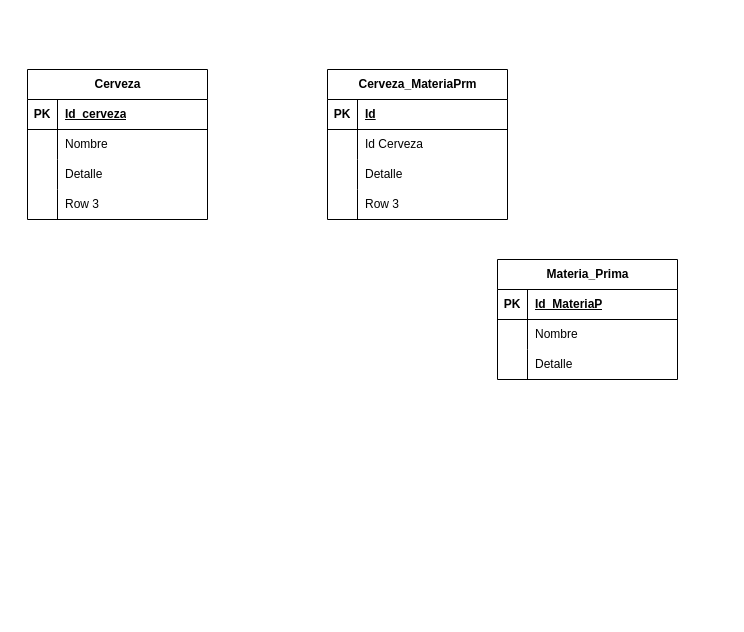
danclon03/Entregables_Cedinsi keeps this draw.io diagram as Diagrama sin título.drawio. Above is the earlier version. Source tidied: cells renumbered, new cells numbered last; positions are measured from the earlier drawing's top-left corner, leaving out a move shared by most shapes. Both pictures are drawn from the tidied source at 100%, with x=0, y=0 at pixel (27, 69).
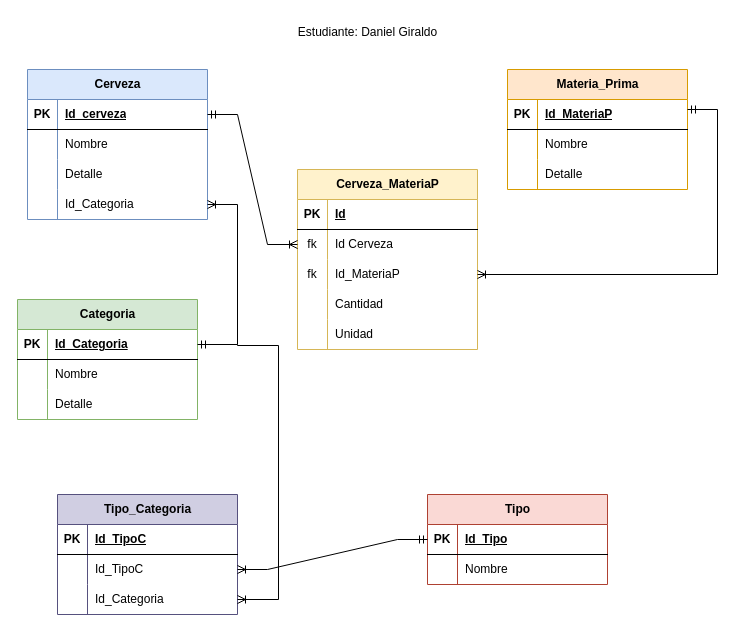
The same diagram, later.

Unchanged cells that the change refers to:
```xml
<mxCell id="3" style="shape=tableRow;horizontal=0;startSize=0;swimlaneHead=0;swimlaneBody=0;fillColor=none;points=[[0,0.5],[1,0.5]];portConstraint=eastwest;top=0;left=0;right=0;bottom=1;" parent="2" vertex="1">
  <mxGeometry y="30" width="180" height="30" as="geometry" />
</mxCell>
<mxCell id="12" style="shape=tableRow;horizontal=0;startSize=0;swimlaneHead=0;swimlaneBody=0;fillColor=none;points=[[0,0.5],[1,0.5]];portConstraint=eastwest;top=0;left=0;right=0;bottom=0;" parent="2" vertex="1">
  <mxGeometry y="120" width="180" height="30" as="geometry" />
</mxCell>
<mxCell id="29" style="shape=tableRow;horizontal=0;startSize=0;swimlaneHead=0;swimlaneBody=0;fillColor=none;points=[[0,0.5],[1,0.5]];portConstraint=eastwest;top=0;left=0;right=0;bottom=0;" parent="25" vertex="1">
  <mxGeometry y="60" width="180" height="30" as="geometry" />
</mxCell>
<mxCell id="32" style="shape=tableRow;horizontal=0;startSize=0;swimlaneHead=0;swimlaneBody=0;fillColor=none;points=[[0,0.5],[1,0.5]];portConstraint=eastwest;top=0;left=0;right=0;bottom=0;" parent="25" vertex="1">
  <mxGeometry y="90" width="180" height="30" as="geometry" />
</mxCell>
<mxCell id="35" style="shape=tableRow;horizontal=0;startSize=0;swimlaneHead=0;swimlaneBody=0;fillColor=none;top=0;left=0;right=0;bottom=0;" parent="25" vertex="1">
  <mxGeometry y="120" width="180" height="30" as="geometry" />
</mxCell>
```

What changed in the source:
```diff
@@
-    <mxCell id="2" value="Cerveza" style="shape=table;startSize=30;childLayout=tableLayout;rowLines=0;fontStyle=1;align=center;html=1;" parent="1" vertex="1">
+    <mxCell id="2" value="Cerveza" style="shape=table;startSize=30;childLayout=tableLayout;rowLines=0;fontStyle=1;align=center;html=1;fillColor=#dae8fc;strokeColor=#6c8ebf;" parent="1" vertex="1">
       <mxGeometry width="180" height="150" as="geometry" />
     </mxCell>
@@
-    <mxCell id="14" value="Row 3" style="shape=partialRectangle;fillColor=none;top=0;left=0;bottom=0;right=0;align=left;spacingLeft=6;overflow=hidden;whiteSpace=wrap;html=1;" parent="12" vertex="1">
+    <mxCell id="14" value="Id_Categoria" style="shape=partialRectangle;fillColor=none;top=0;left=0;bottom=0;right=0;align=left;spacingLeft=6;overflow=hidden;whiteSpace=wrap;html=1;" parent="12" vertex="1">
       <mxGeometry x="30" width="150" height="30" as="geometry" />
     </mxCell>
-    <mxCell id="15" value="Materia_Prima" style="shape=table;startSize=30;childLayout=tableLayout;rowLines=0;fontStyle=1;align=center;html=1;" parent="1" vertex="1">
-      <mxGeometry x="470" y="190" width="180" height="120" as="geometry" />
+    <mxCell id="15" value="Materia_Prima" style="shape=table;startSize=30;childLayout=tableLayout;rowLines=0;fontStyle=1;align=center;html=1;fillColor=#ffe6cc;strokeColor=#d79b00;" parent="1" vertex="1">
+      <mxGeometry x="480" width="180" height="120" as="geometry" />
     </mxCell>
@@
-    <mxCell id="25" value="Cerveza_MateriaPrm" style="shape=table;startSize=30;childLayout=tableLayout;rowLines=0;fontStyle=1;align=center;html=1;" parent="1" vertex="1">
-      <mxGeometry x="300" width="180" height="150" as="geometry" />
+    <mxCell id="25" value="Cerveza_MateriaP" style="shape=table;startSize=30;childLayout=tableLayout;rowLines=0;fontStyle=1;align=center;html=1;fillColor=#fff2cc;strokeColor=#d6b656;" parent="1" vertex="1">
+      <mxGeometry x="270" y="100" width="180" height="180" as="geometry" />
     </mxCell>
@@
-    <mxCell id="30" style="shape=partialRectangle;fillColor=none;top=0;left=0;bottom=0;right=0;overflow=hidden;whiteSpace=wrap;html=1;" parent="29" vertex="1">
+    <mxCell id="30" value="fk" style="shape=partialRectangle;fillColor=none;top=0;left=0;bottom=0;right=0;overflow=hidden;whiteSpace=wrap;html=1;" parent="29" vertex="1">
       <mxGeometry width="30" height="30" as="geometry" />
     </mxCell>
@@
-    <mxCell id="33" style="shape=partialRectangle;fillColor=none;top=0;left=0;bottom=0;right=0;overflow=hidden;whiteSpace=wrap;html=1;" parent="32" vertex="1">
+    <mxCell id="33" value="fk" style="shape=partialRectangle;fillColor=none;top=0;left=0;bottom=0;right=0;overflow=hidden;whiteSpace=wrap;html=1;" parent="32" vertex="1">
       <mxGeometry width="30" height="30" as="geometry" />
     </mxCell>
-    <mxCell id="34" value="Detalle" style="shape=partialRectangle;fillColor=none;top=0;left=0;bottom=0;right=0;align=left;spacingLeft=6;overflow=hidden;whiteSpace=wrap;html=1;" parent="32" vertex="1">
+    <mxCell id="34" value="Id_MateriaP" style="shape=partialRectangle;fillColor=none;top=0;left=0;bottom=0;right=0;align=left;spacingLeft=6;overflow=hidden;whiteSpace=wrap;html=1;" parent="32" vertex="1">
       <mxGeometry x="30" width="150" height="30" as="geometry" />
     </mxCell>
@@
-    <mxCell id="37" value="Row 3" style="shape=partialRectangle;fillColor=none;top=0;left=0;bottom=0;right=0;align=left;spacingLeft=6;overflow=hidden;whiteSpace=wrap;html=1;" parent="35" vertex="1">
+    <mxCell id="37" value="Cantidad" style="shape=partialRectangle;fillColor=none;top=0;left=0;bottom=0;right=0;align=left;spacingLeft=6;overflow=hidden;whiteSpace=wrap;html=1;" parent="35" vertex="1">
       <mxGeometry x="30" width="150" height="30" as="geometry" />
     </mxCell>
+    <mxCell id="38" style="shape=tableRow;horizontal=0;startSize=0;swimlaneHead=0;swimlaneBody=0;fillColor=none;top=0;left=0;right=0;bottom=0;" parent="25" vertex="1">
+      <mxGeometry y="150" width="180" height="30" as="geometry" />
+    </mxCell>
+    <mxCell id="39" style="shape=partialRectangle;fillColor=none;top=0;left=0;bottom=0;right=0;overflow=hidden;whiteSpace=wrap;html=1;" parent="38" vertex="1">
+      <mxGeometry width="30" height="30" as="geometry" />
+    </mxCell>
+    <mxCell id="40" value="Unidad" style="shape=partialRectangle;fillColor=none;top=0;left=0;bottom=0;right=0;align=left;spacingLeft=6;overflow=hidden;whiteSpace=wrap;html=1;" parent="38" vertex="1">
+      <mxGeometry x="30" width="150" height="30" as="geometry" />
+    </mxCell>
+    <mxCell id="41" style="edgeStyle=entityRelationEdgeStyle;fontSize=12;html=1;endArrow=ERoneToMany;startArrow=ERmandOne;rounded=0;exitX=1;exitY=0.5;exitDx=0;exitDy=0;entryX=0;entryY=0.5;entryDx=0;entryDy=0;" parent="1" edge="1" source="3" target="29">
+      <mxGeometry relative="1" as="geometry" />
+    </mxCell>
+    <mxCell id="42" style="edgeStyle=entityRelationEdgeStyle;fontSize=12;html=1;endArrow=ERoneToMany;startArrow=ERmandOne;rounded=0;exitX=1;exitY=0.5;exitDx=0;exitDy=0;entryX=1;entryY=0.5;entryDx=0;entryDy=0;" parent="1" edge="1" target="32">
+      <mxGeometry relative="1" as="geometry">
+        <mxPoint x="660" y="40" as="sourcePoint" />
+      </mxGeometry>
+    </mxCell>
+    <mxCell id="43" value="Categoria" style="shape=table;startSize=30;childLayout=tableLayout;rowLines=0;fontStyle=1;align=center;html=1;fillColor=#d5e8d4;strokeColor=#82b366;" parent="1" vertex="1">
+      <mxGeometry x="-10" y="230" width="180" height="120" as="geometry" />
+    </mxCell>
+    <mxCell id="44" style="shape=tableRow;horizontal=0;startSize=0;swimlaneHead=0;swimlaneBody=0;fillColor=none;points=[[0,0.5],[1,0.5]];portConstraint=eastwest;top=0;left=0;right=0;bottom=1;" parent="43" vertex="1">
+      <mxGeometry y="30" width="180" height="30" as="geometry" />
+    </mxCell>
+    <mxCell id="45" value="PK" style="shape=partialRectangle;fillColor=none;top=0;left=0;bottom=0;right=0;fontStyle=1;overflow=hidden;whiteSpace=wrap;html=1;" parent="44" vertex="1">
+      <mxGeometry width="30" height="30" as="geometry" />
+    </mxCell>
+    <mxCell id="46" value="Id_Categoria" style="shape=partialRectangle;fillColor=none;top=0;left=0;bottom=0;right=0;align=left;spacingLeft=6;fontStyle=5;overflow=hidden;whiteSpace=wrap;html=1;" parent="44" vertex="1">
+      <mxGeometry x="30" width="150" height="30" as="geometry" />
+    </mxCell>
+    <mxCell id="47" style="shape=tableRow;horizontal=0;startSize=0;swimlaneHead=0;swimlaneBody=0;fillColor=none;top=0;left=0;right=0;bottom=0;" parent="43" vertex="1">
+      <mxGeometry y="60" width="180" height="30" as="geometry" />
+    </mxCell>
+    <mxCell id="48" style="shape=partialRectangle;fillColor=none;top=0;left=0;bottom=0;right=0;overflow=hidden;whiteSpace=wrap;html=1;" parent="47" vertex="1">
+      <mxGeometry width="30" height="30" as="geometry" />
+    </mxCell>
+    <mxCell id="49" value="Nombre" style="shape=partialRectangle;fillColor=none;top=0;left=0;bottom=0;right=0;align=left;spacingLeft=6;overflow=hidden;whiteSpace=wrap;html=1;" parent="47" vertex="1">
+      <mxGeometry x="30" width="150" height="30" as="geometry" />
+    </mxCell>
+    <mxCell id="50" style="shape=tableRow;horizontal=0;startSize=0;swimlaneHead=0;swimlaneBody=0;fillColor=none;top=0;left=0;right=0;bottom=0;" parent="43" vertex="1">
+      <mxGeometry y="90" width="180" height="30" as="geometry" />
+    </mxCell>
+    <mxCell id="51" style="shape=partialRectangle;fillColor=none;top=0;left=0;bottom=0;right=0;overflow=hidden;whiteSpace=wrap;html=1;" parent="50" vertex="1">
+      <mxGeometry width="30" height="30" as="geometry" />
+    </mxCell>
+    <mxCell id="52" value="Detalle" style="shape=partialRectangle;fillColor=none;top=0;left=0;bottom=0;right=0;align=left;spacingLeft=6;overflow=hidden;whiteSpace=wrap;html=1;" parent="50" vertex="1">
+      <mxGeometry x="30" width="150" height="30" as="geometry" />
+    </mxCell>
+    <mxCell id="53" style="edgeStyle=entityRelationEdgeStyle;fontSize=12;html=1;endArrow=ERoneToMany;startArrow=ERmandOne;rounded=0;exitX=1;exitY=0.5;exitDx=0;exitDy=0;" parent="1" edge="1" source="44" target="12">
+      <mxGeometry relative="1" as="geometry" />
+    </mxCell>
+    <mxCell id="54" value="Tipo_Categoria" style="shape=table;startSize=30;childLayout=tableLayout;rowLines=0;fontStyle=1;align=center;html=1;fillColor=#d0cee2;strokeColor=#56517e;" parent="1" vertex="1">
+      <mxGeometry x="30" y="425" width="180" height="120" as="geometry" />
+    </mxCell>
+    <mxCell id="55" style="shape=tableRow;horizontal=0;startSize=0;swimlaneHead=0;swimlaneBody=0;fillColor=none;top=0;left=0;right=0;bottom=1;" parent="54" vertex="1">
+      <mxGeometry y="30" width="180" height="30" as="geometry" />
+    </mxCell>
+    <mxCell id="56" value="PK" style="shape=partialRectangle;fillColor=none;top=0;left=0;bottom=0;right=0;fontStyle=1;overflow=hidden;whiteSpace=wrap;html=1;" parent="55" vertex="1">
+      <mxGeometry width="30" height="30" as="geometry" />
+    </mxCell>
+    <mxCell id="57" value="Id_TipoC" style="shape=partialRectangle;fillColor=none;top=0;left=0;bottom=0;right=0;align=left;spacingLeft=6;fontStyle=5;overflow=hidden;whiteSpace=wrap;html=1;" parent="55" vertex="1">
+      <mxGeometry x="30" width="150" height="30" as="geometry" />
+    </mxCell>
+    <mxCell id="58" style="shape=tableRow;horizontal=0;startSize=0;swimlaneHead=0;swimlaneBody=0;fillColor=none;points=[[0,0.5],[1,0.5]];portConstraint=eastwest;top=0;left=0;right=0;bottom=0;" parent="54" vertex="1">
+      <mxGeometry y="60" width="180" height="30" as="geometry" />
+    </mxCell>
+    <mxCell id="59" style="shape=partialRectangle;fillColor=none;top=0;left=0;bottom=0;right=0;overflow=hidden;whiteSpace=wrap;html=1;" parent="58" vertex="1">
+      <mxGeometry width="30" height="30" as="geometry" />
+    </mxCell>
+    <mxCell id="60" value="Id_TipoC" style="shape=partialRectangle;fillColor=none;top=0;left=0;bottom=0;right=0;align=left;spacingLeft=6;overflow=hidden;whiteSpace=wrap;html=1;" parent="58" vertex="1">
+      <mxGeometry x="30" width="150" height="30" as="geometry" />
+    </mxCell>
+    <mxCell id="61" style="shape=tableRow;horizontal=0;startSize=0;swimlaneHead=0;swimlaneBody=0;fillColor=none;points=[[0,0.5],[1,0.5]];portConstraint=eastwest;top=0;left=0;right=0;bottom=0;" parent="54" vertex="1">
+      <mxGeometry y="90" width="180" height="30" as="geometry" />
+    </mxCell>
+    <mxCell id="62" style="shape=partialRectangle;fillColor=none;top=0;left=0;bottom=0;right=0;overflow=hidden;whiteSpace=wrap;html=1;" parent="61" vertex="1">
+      <mxGeometry width="30" height="30" as="geometry" />
+    </mxCell>
+    <mxCell id="63" value="Id_Categoria" style="shape=partialRectangle;fillColor=none;top=0;left=0;bottom=0;right=0;align=left;spacingLeft=6;overflow=hidden;whiteSpace=wrap;html=1;" parent="61" vertex="1">
+      <mxGeometry x="30" width="150" height="30" as="geometry" />
+    </mxCell>
+    <mxCell id="64" value="Tipo" style="shape=table;startSize=30;childLayout=tableLayout;rowLines=0;fontStyle=1;align=center;html=1;fillColor=#fad9d5;strokeColor=#ae4132;" parent="1" vertex="1">
+      <mxGeometry x="400" y="425" width="180" height="90" as="geometry" />
+    </mxCell>
+    <mxCell id="65" style="shape=tableRow;horizontal=0;startSize=0;swimlaneHead=0;swimlaneBody=0;fillColor=none;points=[[0,0.5],[1,0.5]];portConstraint=eastwest;top=0;left=0;right=0;bottom=1;" parent="64" vertex="1">
+      <mxGeometry y="30" width="180" height="30" as="geometry" />
+    </mxCell>
+    <mxCell id="66" value="PK" style="shape=partialRectangle;fillColor=none;top=0;left=0;bottom=0;right=0;fontStyle=1;overflow=hidden;whiteSpace=wrap;html=1;" parent="65" vertex="1">
+      <mxGeometry width="30" height="30" as="geometry" />
+    </mxCell>
+    <mxCell id="67" value="Id_Tipo" style="shape=partialRectangle;fillColor=none;top=0;left=0;bottom=0;right=0;align=left;spacingLeft=6;fontStyle=5;overflow=hidden;whiteSpace=wrap;html=1;" parent="65" vertex="1">
+      <mxGeometry x="30" width="150" height="30" as="geometry" />
+    </mxCell>
+    <mxCell id="68" style="shape=tableRow;horizontal=0;startSize=0;swimlaneHead=0;swimlaneBody=0;fillColor=none;top=0;left=0;right=0;bottom=0;" parent="64" vertex="1">
+      <mxGeometry y="60" width="180" height="30" as="geometry" />
+    </mxCell>
+    <mxCell id="69" style="shape=partialRectangle;fillColor=none;top=0;left=0;bottom=0;right=0;overflow=hidden;whiteSpace=wrap;html=1;" parent="68" vertex="1">
+      <mxGeometry width="30" height="30" as="geometry" />
+    </mxCell>
+    <mxCell id="70" value="Nombre" style="shape=partialRectangle;fillColor=none;top=0;left=0;bottom=0;right=0;align=left;spacingLeft=6;overflow=hidden;whiteSpace=wrap;html=1;" parent="68" vertex="1">
+      <mxGeometry x="30" width="150" height="30" as="geometry" />
+    </mxCell>
+    <mxCell id="71" style="edgeStyle=entityRelationEdgeStyle;fontSize=12;html=1;endArrow=ERoneToMany;startArrow=ERmandOne;rounded=0;exitX=0;exitY=0.5;exitDx=0;exitDy=0;entryX=1;entryY=0.5;entryDx=0;entryDy=0;" parent="1" edge="1" source="65" target="58">
+      <mxGeometry relative="1" as="geometry" />
+    </mxCell>
+    <mxCell id="72" style="edgeStyle=orthogonalEdgeStyle;fontSize=12;html=1;endArrow=ERoneToMany;rounded=0;entryX=1;entryY=0.5;entryDx=0;entryDy=0;" parent="1" edge="1" target="61">
+      <mxGeometry relative="1" as="geometry">
+        <mxPoint x="210" y="275" as="sourcePoint" />
+        <Array as="points">
+          <mxPoint x="210" y="276" />
+          <mxPoint x="251" y="276" />
+          <mxPoint x="251" y="530" />
+        </Array>
+      </mxGeometry>
+    </mxCell>
+    <mxCell id="73" value="Estudiante: Daniel Giraldo" style="text;html=1;align=center;verticalAlign=middle;strokeColor=none;fillColor=none;" parent="1" vertex="1">
+      <mxGeometry x="260" y="-52" width="160" height="30" as="geometry" />
+    </mxCell>
```
